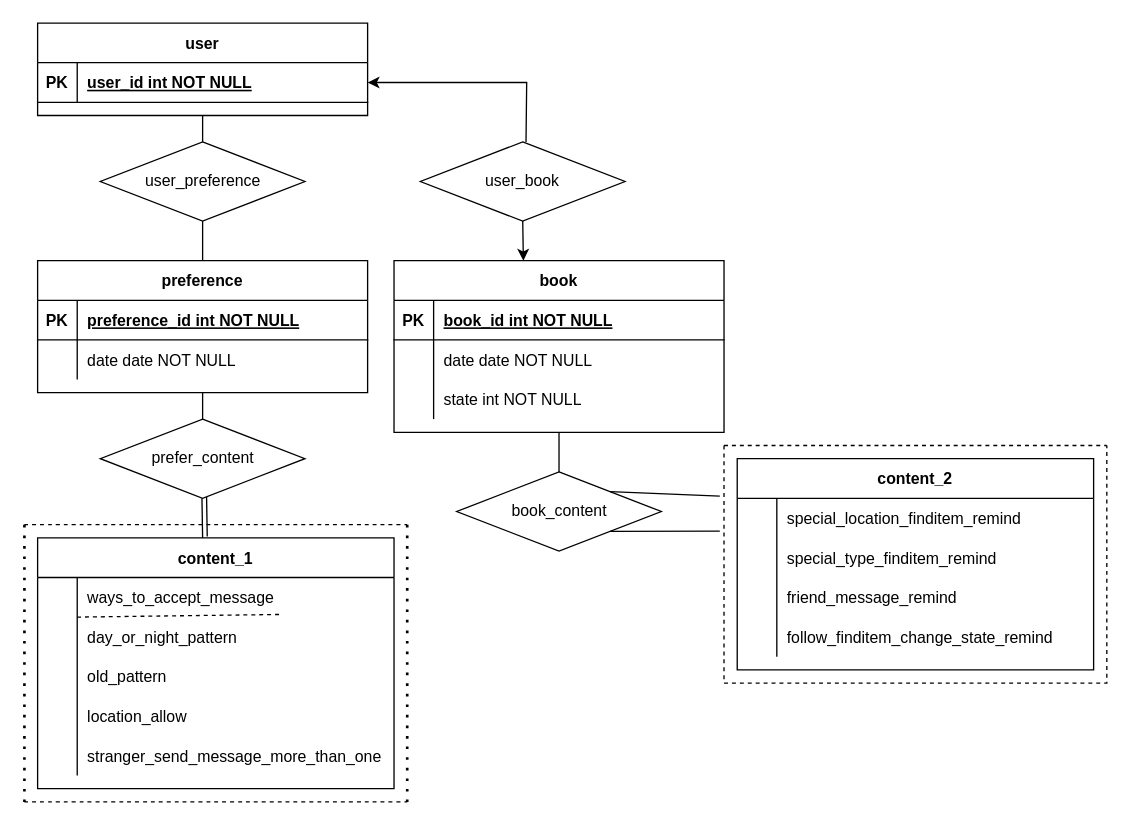
This is Resource/drawios/lcbGroup/用户个性化设计er图.drawio from LucasFrancis23213/DatabaseCourseDesign, a draw.io file, before an edit. Source tidied: cells renumbered, new cells numbered last; positions are measured from the earlier drawing's top-left corner, leaving out a move shared by most shapes. Both pictures are drawn from the tidied source at 132%, with x=0, y=0 at pixel (24, 22).
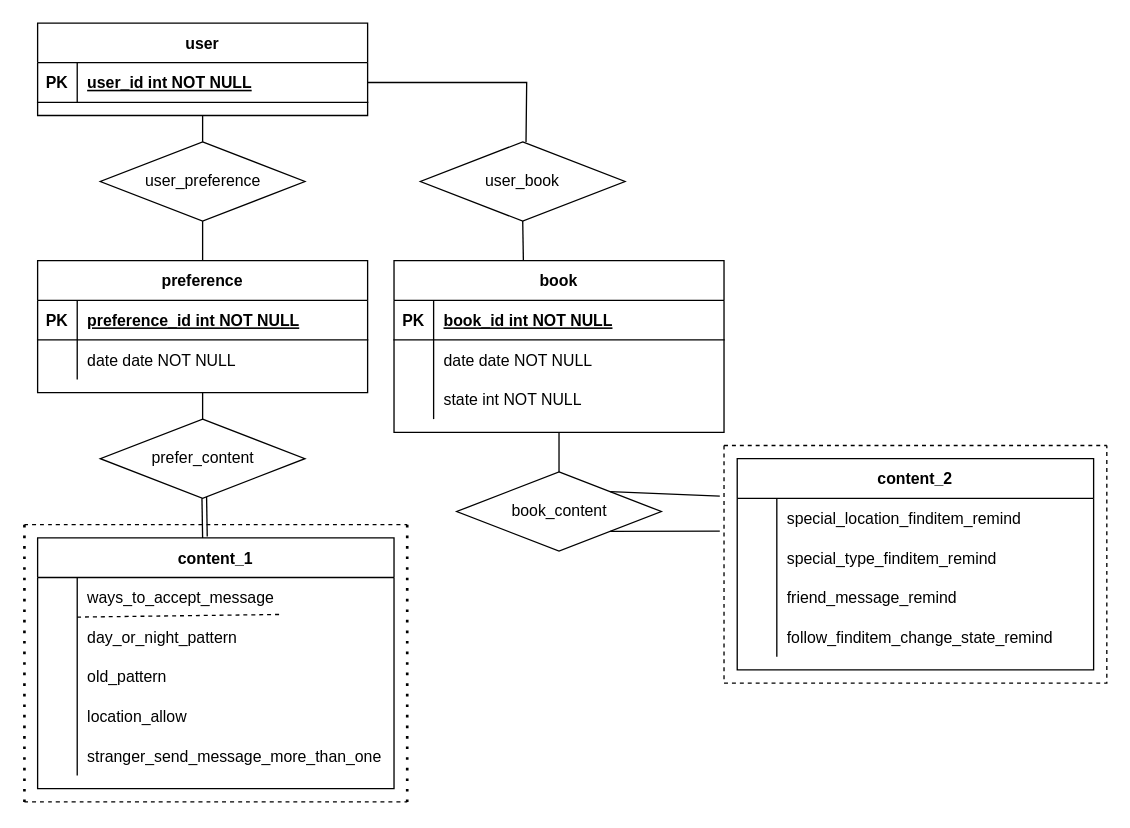
Above is the later version.

The change refers to these unchanged cells:
```xml
<mxCell id="26" style="shape=partialRectangle;fillColor=none;points=[[0,0.5],[1,0.5]];portConstraint=eastwest;top=0;left=0;right=0;bottom=1;" parent="25" vertex="1">
  <mxGeometry y="30" width="250" height="30" as="geometry" />
</mxCell>
<mxCell id="36" value="user_book" style="rhombus;whiteSpace=wrap;html=1;" parent="1" vertex="1">
  <mxGeometry x="300" y="90" width="155" height="60" as="geometry" />
</mxCell>
```

The edit, as a diff of the source:
```diff
@@
-    <mxCell id="35" style="edgeStyle=orthogonalEdgeStyle;rounded=0;jettySize=auto;html=1;exitX=0.5;exitY=1;exitDx=0;exitDy=0;" parent="1" edge="1" source="36">
+    <mxCell id="35" style="edgeStyle=orthogonalEdgeStyle;rounded=0;jettySize=auto;html=1;exitX=0.5;exitY=1;exitDx=0;exitDy=0;endArrow=none;endFill=0;" parent="1" edge="1" source="36">
       <mxGeometry relative="1" as="geometry">
         <mxPoint x="378" y="180" as="targetPoint" />
       </mxGeometry>
     </mxCell>
@@
-    <mxCell id="37" style="endArrow=classic;html=1;rounded=0;entryX=1;entryY=0.5;entryDx=0;entryDy=0;edgeStyle=orthogonalEdgeStyle;" parent="1" edge="1" target="26">
+    <mxCell id="37" style="endArrow=none;html=1;rounded=0;entryX=1;entryY=0.5;entryDx=0;entryDy=0;edgeStyle=orthogonalEdgeStyle;endFill=0;" parent="1" edge="1" target="26">
       <mxGeometry relative="1" as="geometry">
         <mxPoint x="380" y="90" as="sourcePoint" />
       </mxGeometry>
     </mxCell>
```
